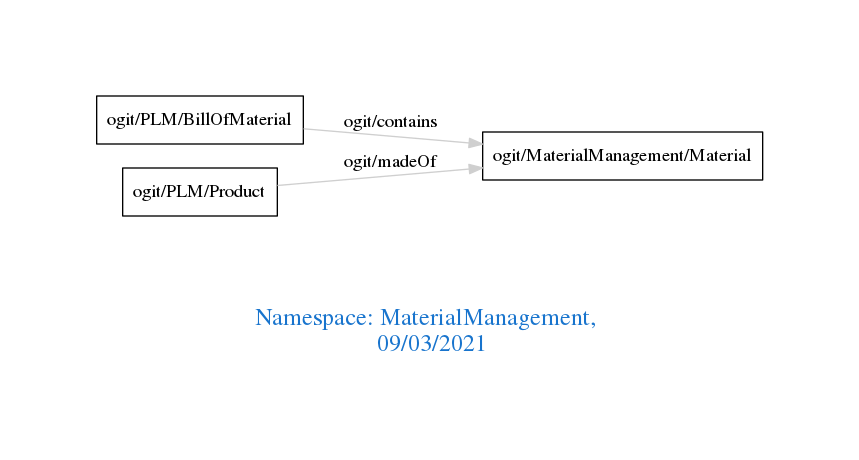
Before: downloads/MaterialManagement.png, a diagram exported from Graphviz (arago/OGIT). Its source is kept beside it as downloads/MaterialManagement.dot. The source it was exported from:
```dot
digraph OGIT_ontology {
 graph [ rankdir= LR,pad=1
fontsize = 18,
fontcolor= dodgerblue3,label = "\n\n\nNamespace: MaterialManagement, \n 09/03/2021"];
node[shape=polygon];
edge [  color="gray81"];

   "ogit/PLM/BillOfMaterial" -> "ogit/MaterialManagement/Material" [label="   ogit/contains    "];
   "ogit/PLM/Product" -> "ogit/MaterialManagement/Material" [label="   ogit/madeOf    "];
}
```
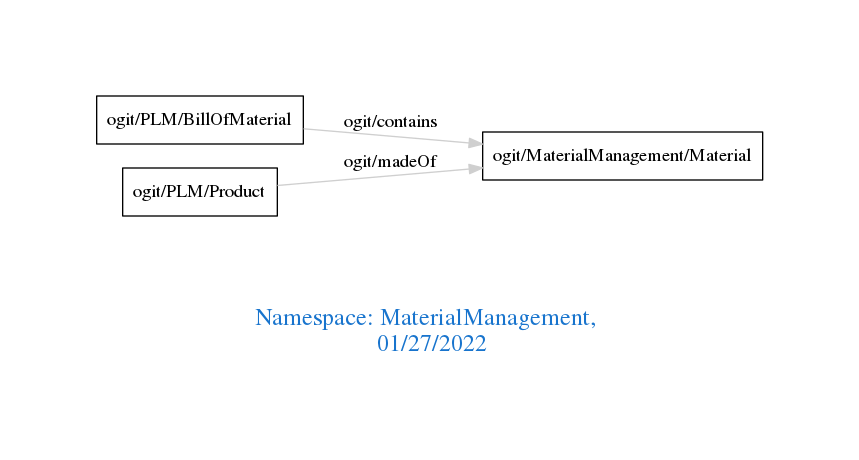
Above is the later version.

Diff of the diagram source:
```diff
@@ -1,7 +1,7 @@
 digraph OGIT_ontology {
  graph [ rankdir= LR,pad=1
 fontsize = 18,
-fontcolor= dodgerblue3,label = "\n\n\nNamespace: MaterialManagement, \n 09/03/2021"];
+fontcolor= dodgerblue3,label = "\n\n\nNamespace: MaterialManagement, \n 01/27/2022"];
 node[shape=polygon];
 edge [  color="gray81"];
 
```
